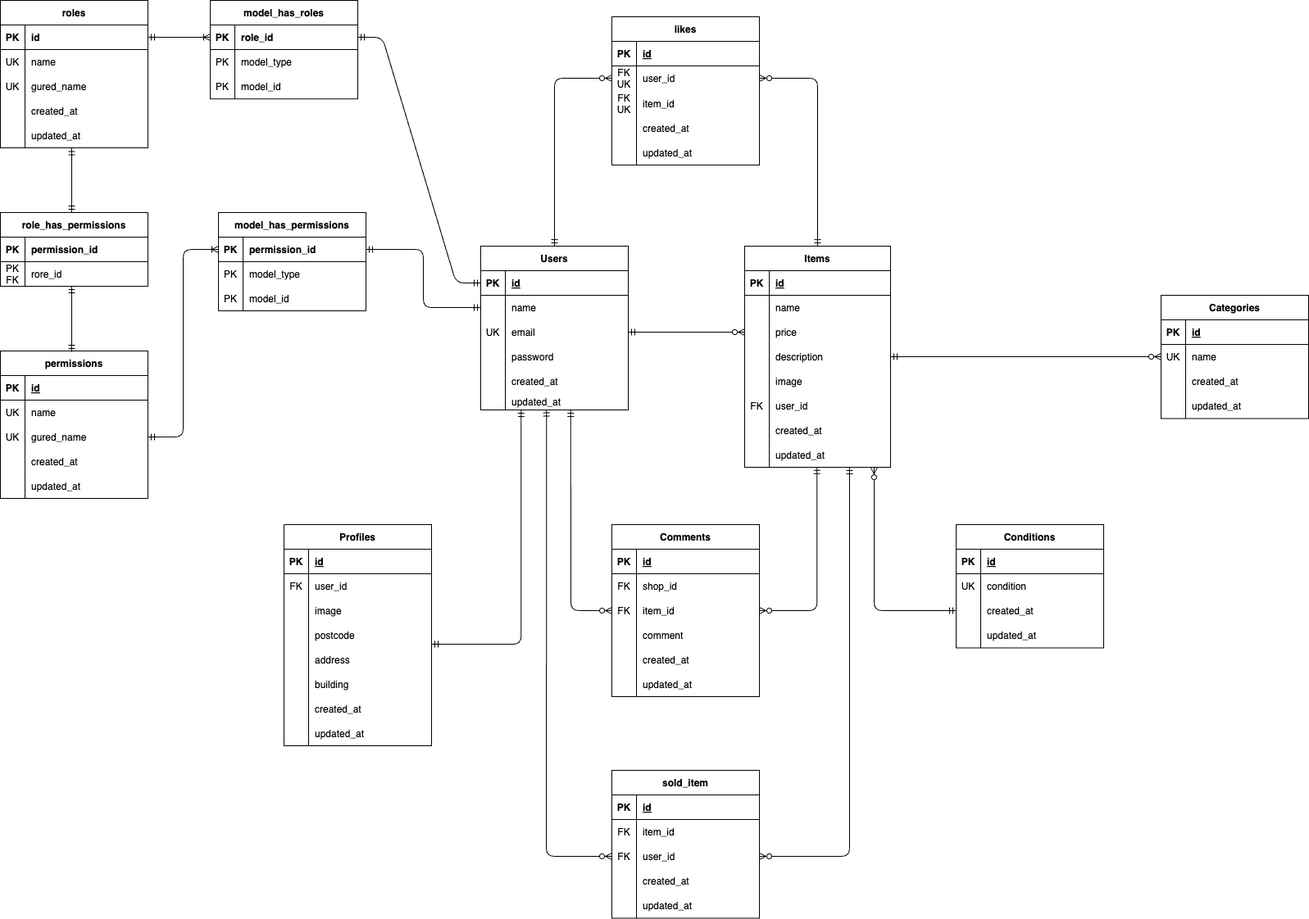
This is free-er.drawio.png from mdrgreen39/coachtech-furima, a draw.io export, as it was before one commit. Source tidied: cells renumbered, new cells last; positions are measured from the earlier drawing's top-left corner, leaving out a move shared by most shapes.
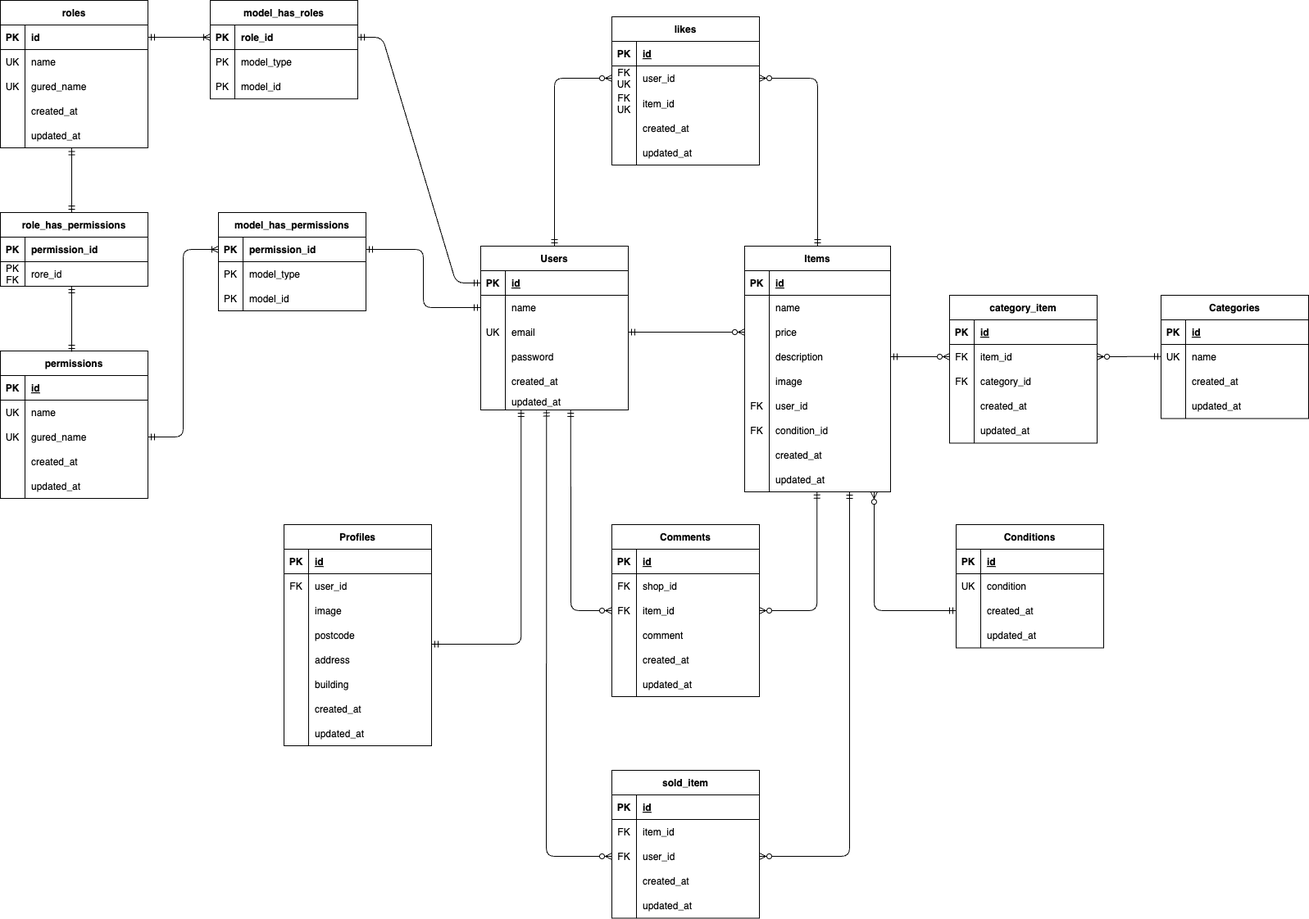
Later version of the same file.

What changed in the source:
```diff
@@ -174,7 +174,7 @@
       <mxGeometry x="30" width="150" height="30" as="geometry" />
     </mxCell>
     <mxCell id="59" value="Items" style="shape=table;startSize=30;rowLines=0;fontStyle=1;align=center;fillColor=none;fontColor=#000000;strokeColor=#000000;" parent="1" vertex="1">
-      <mxGeometry x="908" y="300" width="178" height="270" as="geometry" />
+      <mxGeometry x="908" y="300" width="178" height="300" as="geometry" />
     </mxCell>
     <mxCell id="60" style="shape=tableRow;horizontal=0;startSize=0;swimlaneHead=0;swimlaneBody=0;fillColor=none;top=0;left=0;right=0;bottom=1;strokeColor=#000000;" parent="59" vertex="1">
       <mxGeometry y="30" width="178" height="30" as="geometry" />
@@ -230,8 +230,17 @@
     <mxCell id="77" value="user_id" style="shape=partialRectangle;fillColor=none;top=0;left=0;bottom=0;right=0;align=left;spacingLeft=6;overflow=hidden;fontColor=#000000;" parent="75" vertex="1">
       <mxGeometry x="30" width="148" height="30" as="geometry" />
     </mxCell>
+    <mxCell id="223" style="shape=tableRow;horizontal=0;startSize=0;swimlaneHead=0;swimlaneBody=0;fillColor=none;top=0;left=0;right=0;bottom=0;" parent="59" vertex="1">
+      <mxGeometry y="210" width="178" height="30" as="geometry" />
+    </mxCell>
+    <mxCell id="224" value="FK" style="shape=partialRectangle;fillColor=none;top=0;left=0;bottom=0;right=0;overflow=hidden;fontColor=#000000;" parent="223" vertex="1">
+      <mxGeometry width="30" height="30" as="geometry" />
+    </mxCell>
+    <mxCell id="225" value="condition_id" style="shape=partialRectangle;fillColor=none;top=0;left=0;bottom=0;right=0;align=left;spacingLeft=6;overflow=hidden;fontColor=#000000;" parent="223" vertex="1">
+      <mxGeometry x="30" width="148" height="30" as="geometry" />
+    </mxCell>
     <mxCell id="78" style="shape=tableRow;horizontal=0;startSize=0;swimlaneHead=0;swimlaneBody=0;fillColor=none;top=0;left=0;right=0;bottom=0;" parent="59" vertex="1">
-      <mxGeometry y="210" width="178" height="30" as="geometry" />
+      <mxGeometry y="240" width="178" height="30" as="geometry" />
     </mxCell>
     <mxCell id="79" style="shape=partialRectangle;fillColor=none;top=0;left=0;bottom=0;right=0;overflow=hidden;fontColor=#000000;" parent="78" vertex="1">
       <mxGeometry width="30" height="30" as="geometry" />
@@ -240,7 +249,7 @@
       <mxGeometry x="30" width="148" height="30" as="geometry" />
     </mxCell>
     <mxCell id="81" style="shape=tableRow;horizontal=0;startSize=0;swimlaneHead=0;swimlaneBody=0;fillColor=none;points=[[0,0.5],[1,0.5]];portConstraint=eastwest;top=0;left=0;right=0;bottom=0;" parent="59" vertex="1">
-      <mxGeometry y="240" width="178" height="30" as="geometry" />
+      <mxGeometry y="270" width="178" height="30" as="geometry" />
     </mxCell>
     <mxCell id="82" style="shape=partialRectangle;fillColor=none;top=0;left=0;bottom=0;right=0;overflow=hidden;fontColor=#000000;" parent="81" vertex="1">
       <mxGeometry width="30" height="30" as="geometry" />
@@ -665,7 +674,7 @@
         </Array>
       </mxGeometry>
     </mxCell>
-    <mxCell id="219" style="fontSize=12;html=1;endArrow=ERmandOne;endFill=0;strokeColor=#000000;fontColor=#000000;startArrow=ERzeroToMany;startFill=0;entryX=1;entryY=0.5;entryDx=0;entryDy=0;" parent="1" edge="1" source="191" target="69">
+    <mxCell id="219" style="fontSize=12;html=1;endArrow=ERmandOne;endFill=0;strokeColor=#000000;fontColor=#000000;startArrow=ERzeroToMany;startFill=0;entryX=1;entryY=0.5;entryDx=0;entryDy=0;exitX=0;exitY=0.5;exitDx=0;exitDy=0;" parent="1" edge="1" source="230" target="69">
       <mxGeometry relative="1" as="geometry" />
     </mxCell>
     <mxCell id="220" style="fontSize=12;html=1;endArrow=ERzeroToMany;startArrow=ERmandOne;strokeColor=#000000;fontColor=#000000;startFill=0;entryX=1;entryY=0.5;entryDx=0;entryDy=0;edgeStyle=orthogonalEdgeStyle;exitX=0.5;exitY=0;exitDx=0;exitDy=0;" parent="1" edge="1" source="59" target="88">
@@ -682,5 +691,56 @@
         </Array>
       </mxGeometry>
     </mxCell>
+    <mxCell id="226" value="category_item" style="shape=table;startSize=30;rowLines=0;fontStyle=1;align=center;fillColor=none;fontColor=#000000;strokeColor=#000000;" parent="1" vertex="1">
+      <mxGeometry x="1158" y="360" width="180" height="180.4" as="geometry" />
+    </mxCell>
+    <mxCell id="227" style="shape=tableRow;horizontal=0;startSize=0;swimlaneHead=0;swimlaneBody=0;fillColor=none;top=0;left=0;right=0;bottom=1;strokeColor=#000000;" parent="226" vertex="1">
+      <mxGeometry y="30" width="180" height="30" as="geometry" />
+    </mxCell>
+    <mxCell id="228" value="PK" style="shape=partialRectangle;fillColor=none;top=0;left=0;bottom=0;right=0;fontStyle=1;overflow=hidden;strokeColor=#000000;fontColor=#000000;" parent="227" vertex="1">
+      <mxGeometry width="30" height="30" as="geometry" />
+    </mxCell>
+    <mxCell id="229" value="id" style="shape=partialRectangle;fillColor=none;top=0;left=0;bottom=0;right=0;align=left;spacingLeft=6;fontStyle=5;overflow=hidden;strokeColor=#000000;fontColor=#000000;" parent="227" vertex="1">
+      <mxGeometry x="30" width="150" height="30" as="geometry" />
+    </mxCell>
+    <mxCell id="230" style="shape=tableRow;horizontal=0;startSize=0;swimlaneHead=0;swimlaneBody=0;fillColor=none;points=[[0,0.5],[1,0.5]];portConstraint=eastwest;top=0;left=0;right=0;bottom=0;" parent="226" vertex="1">
+      <mxGeometry y="60" width="180" height="30" as="geometry" />
+    </mxCell>
+    <mxCell id="231" value="FK" style="shape=partialRectangle;fillColor=none;top=0;left=0;bottom=0;right=0;overflow=hidden;strokeColor=#000000;fontColor=#000000;" parent="230" vertex="1">
+      <mxGeometry width="30" height="30" as="geometry" />
+    </mxCell>
+    <mxCell id="232" value="item_id" style="shape=partialRectangle;fillColor=none;top=0;left=0;bottom=0;right=0;align=left;spacingLeft=6;overflow=hidden;strokeColor=#000000;fontColor=#000000;" parent="230" vertex="1">
+      <mxGeometry x="30" width="150" height="30" as="geometry" />
+    </mxCell>
+    <mxCell id="233" style="shape=tableRow;horizontal=0;startSize=0;swimlaneHead=0;swimlaneBody=0;fillColor=none;top=0;left=0;right=0;bottom=0;" parent="226" vertex="1">
+      <mxGeometry y="90" width="180" height="30" as="geometry" />
+    </mxCell>
+    <mxCell id="234" value="FK" style="shape=partialRectangle;fillColor=none;top=0;left=0;bottom=0;right=0;overflow=hidden;strokeColor=#000000;fontColor=#000000;" parent="233" vertex="1">
+      <mxGeometry width="30" height="30" as="geometry" />
+    </mxCell>
+    <mxCell id="235" value="category_id" style="shape=partialRectangle;fillColor=none;top=0;left=0;bottom=0;right=0;align=left;spacingLeft=6;overflow=hidden;strokeColor=#000000;fontColor=#000000;" parent="233" vertex="1">
+      <mxGeometry x="30" width="150" height="30" as="geometry" />
+    </mxCell>
+    <mxCell id="236" style="shape=tableRow;horizontal=0;startSize=0;swimlaneHead=0;swimlaneBody=0;fillColor=none;top=0;left=0;right=0;bottom=0;" parent="226" vertex="1">
+      <mxGeometry y="120" width="180" height="30" as="geometry" />
+    </mxCell>
+    <mxCell id="237" style="shape=partialRectangle;fillColor=none;top=0;left=0;bottom=0;right=0;overflow=hidden;fontColor=#000000;" parent="236" vertex="1">
+      <mxGeometry width="30" height="30" as="geometry" />
+    </mxCell>
+    <mxCell id="238" value="created_at" style="shape=partialRectangle;fillColor=none;top=0;left=0;bottom=0;right=0;align=left;spacingLeft=6;overflow=hidden;fontColor=#000000;" parent="236" vertex="1">
+      <mxGeometry x="30" width="150" height="30" as="geometry" />
+    </mxCell>
+    <mxCell id="239" style="shape=tableRow;horizontal=0;startSize=0;swimlaneHead=0;swimlaneBody=0;fillColor=none;top=0;left=0;right=0;bottom=0;" parent="226" vertex="1">
+      <mxGeometry y="150" width="180" height="30" as="geometry" />
+    </mxCell>
+    <mxCell id="240" style="shape=partialRectangle;fillColor=none;top=0;left=0;bottom=0;right=0;overflow=hidden;fontColor=#000000;" parent="239" vertex="1">
+      <mxGeometry width="30" height="30" as="geometry" />
+    </mxCell>
+    <mxCell id="241" value="updated_at" style="shape=partialRectangle;fillColor=none;top=0;left=0;bottom=0;right=0;align=left;spacingLeft=6;overflow=hidden;fontColor=#000000;" parent="239" vertex="1">
+      <mxGeometry x="30" width="150" height="30" as="geometry" />
+    </mxCell>
+    <mxCell id="242" style="fontSize=12;html=1;endArrow=ERmandOne;endFill=0;strokeColor=#000000;fontColor=#000000;startArrow=ERzeroToMany;startFill=0;entryX=0;entryY=0.491;entryDx=0;entryDy=0;entryPerimeter=0;exitX=1;exitY=0.5;exitDx=0;exitDy=0;" parent="1" edge="1" source="230" target="191">
+      <mxGeometry relative="1" as="geometry" />
+    </mxCell>
   </root>
 </mxGraphModel>
```
